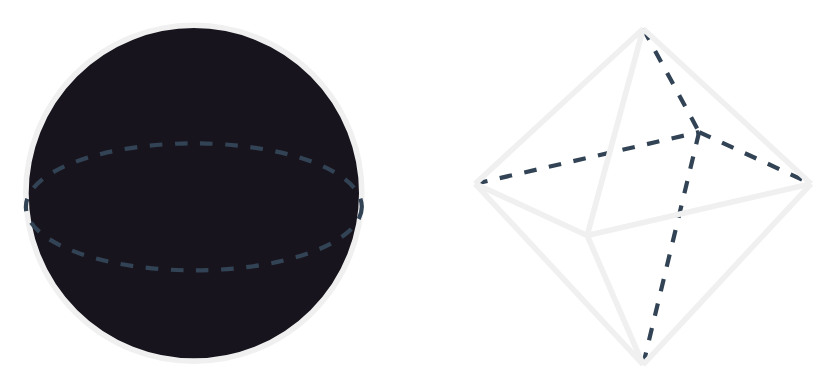
Before: img/octahedron_sphere.drawio.svg, a diagram exported from draw.io (sraesch/pixel-contribution). Source tidied: cells renumbered, new cells last; positions are measured from the earlier drawing's top-left corner, leaving out a move shared by most shapes.
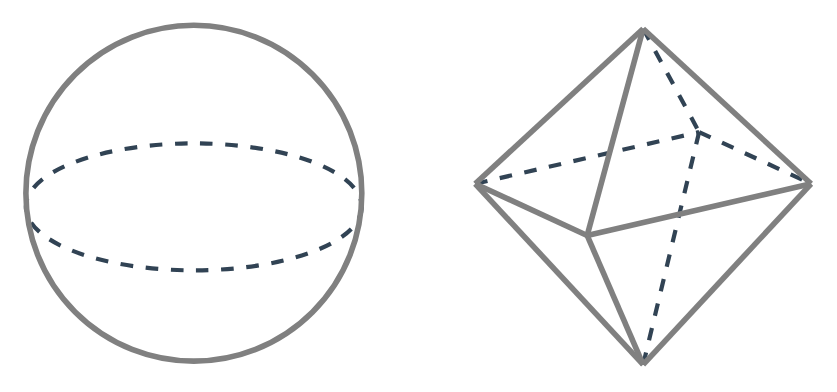
Above is the later version.

The edit, as a diff of the source:
```diff
@@ -32,62 +32,62 @@
     <mxCell id="7" style="group;" parent="2" vertex="1">
       <mxGeometry width="240" height="240" as="geometry" />
     </mxCell>
-    <mxCell id="8" style="endArrow=none;html=1;rounded=0;strokeWidth=4;" parent="7" edge="1">
+    <mxCell id="8" style="endArrow=none;html=1;rounded=0;strokeWidth=4;strokeColor=#808080;" parent="7" edge="1">
       <mxGeometry relative="1" as="geometry">
         <mxPoint y="110.8" as="sourcePoint" />
         <mxPoint x="80" y="147.7" as="targetPoint" />
       </mxGeometry>
     </mxCell>
-    <mxCell id="9" style="endArrow=none;html=1;rounded=0;strokeWidth=4;" parent="7" edge="1">
+    <mxCell id="9" style="endArrow=none;html=1;rounded=0;strokeWidth=4;strokeColor=#808080;" parent="7" edge="1">
       <mxGeometry relative="1" as="geometry">
         <mxPoint x="80" y="147.7" as="sourcePoint" />
         <mxPoint x="240" y="110.8" as="targetPoint" />
       </mxGeometry>
     </mxCell>
-    <mxCell id="10" style="endArrow=none;html=1;rounded=0;strokeWidth=4;" parent="7" edge="1">
+    <mxCell id="10" style="endArrow=none;html=1;rounded=0;strokeWidth=4;strokeColor=#808080;" parent="7" edge="1">
       <mxGeometry relative="1" as="geometry">
         <mxPoint x="80" y="147.7" as="sourcePoint" />
         <mxPoint x="120" as="targetPoint" />
       </mxGeometry>
     </mxCell>
-    <mxCell id="11" style="endArrow=none;html=1;rounded=0;strokeWidth=4;" parent="7" edge="1">
+    <mxCell id="11" style="endArrow=none;html=1;rounded=0;strokeWidth=4;strokeColor=#808080;" parent="7" edge="1">
       <mxGeometry relative="1" as="geometry">
         <mxPoint x="120" as="sourcePoint" />
         <mxPoint x="240" y="110.8" as="targetPoint" />
       </mxGeometry>
     </mxCell>
-    <mxCell id="12" style="endArrow=none;html=1;rounded=0;strokeWidth=4;" parent="7" edge="1">
+    <mxCell id="12" style="endArrow=none;html=1;rounded=0;strokeWidth=4;strokeColor=#808080;" parent="7" edge="1">
       <mxGeometry relative="1" as="geometry">
         <mxPoint x="120" as="sourcePoint" />
         <mxPoint y="110.8" as="targetPoint" />
       </mxGeometry>
     </mxCell>
-    <mxCell id="13" style="endArrow=none;html=1;rounded=0;strokeWidth=4;" parent="7" edge="1">
+    <mxCell id="13" style="endArrow=none;html=1;rounded=0;strokeWidth=4;strokeColor=#808080;" parent="7" edge="1">
       <mxGeometry relative="1" as="geometry">
         <mxPoint x="80" y="147.7" as="sourcePoint" />
         <mxPoint x="120" y="240" as="targetPoint" />
       </mxGeometry>
     </mxCell>
-    <mxCell id="14" style="endArrow=none;html=1;rounded=0;strokeWidth=4;" parent="7" edge="1">
+    <mxCell id="14" style="endArrow=none;html=1;rounded=0;strokeWidth=4;strokeColor=#808080;" parent="7" edge="1">
       <mxGeometry relative="1" as="geometry">
         <mxPoint y="110.8" as="sourcePoint" />
         <mxPoint x="120" y="240" as="targetPoint" />
       </mxGeometry>
     </mxCell>
-    <mxCell id="15" style="endArrow=none;html=1;rounded=0;strokeWidth=4;" parent="7" edge="1">
+    <mxCell id="15" style="endArrow=none;html=1;rounded=0;strokeWidth=4;strokeColor=#808080;" parent="7" edge="1">
       <mxGeometry relative="1" as="geometry">
         <mxPoint x="120" y="240" as="sourcePoint" />
         <mxPoint x="240" y="110.8" as="targetPoint" />
       </mxGeometry>
     </mxCell>
-    <mxCell id="16" style="group;" parent="1" vertex="1">
-      <mxGeometry y="-0.5" width="240" height="245" as="geometry" />
-    </mxCell>
-    <mxCell id="17" style="ellipse;whiteSpace=wrap;html=1;fillColor=default;strokeWidth=4;" parent="16" vertex="1">
-      <mxGeometry width="240" height="240" as="geometry" />
-    </mxCell>
+    <mxCell id="19" style="group;strokeColor=none;" parent="1" vertex="1">
+      <mxGeometry y="-0.5" width="240" height="245" as="geometry" />
+    </mxCell>
-    <mxCell id="18" style="ellipse;whiteSpace=wrap;html=1;dashed=1;fillColor=none;strokeWidth=3;fontColor=#ffffff;strokeColor=#314354;" parent="16" vertex="1">
+    <mxCell id="18" style="ellipse;whiteSpace=wrap;html=1;dashed=1;fillColor=none;strokeWidth=3;fontColor=#ffffff;strokeColor=#314354;" parent="19" vertex="1">
       <mxGeometry y="84.4" width="240" height="90.7" as="geometry" />
     </mxCell>
+    <mxCell id="20" style="ellipse;whiteSpace=wrap;html=1;fillColor=none;strokeWidth=4;strokeColor=#808080;" parent="1" vertex="1">
+      <mxGeometry y="-0.5" width="240" height="240" as="geometry" />
+    </mxCell>
   </root>
 </mxGraphModel>
```
